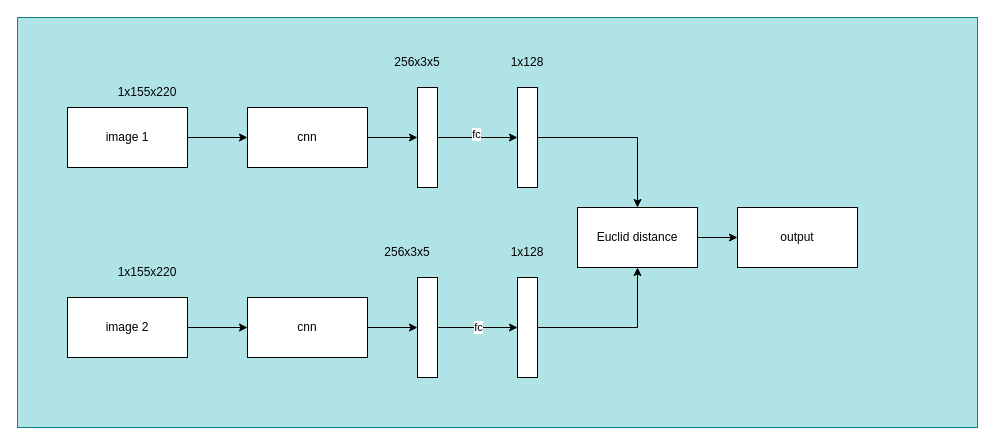
dtanlocc/offine-signature-verification-with-gan keeps this draw.io diagram as page "discriminator" (2 of 3) of images/graph.drawio. Above is the earlier version. Source tidied: cells renumbered, new cells numbered last; positions are measured from the earlier drawing's top-left corner, leaving out a move shared by most shapes. Both pictures are drawn from the tidied source at 100%, with x=0, y=0 at pixel (17, 17).
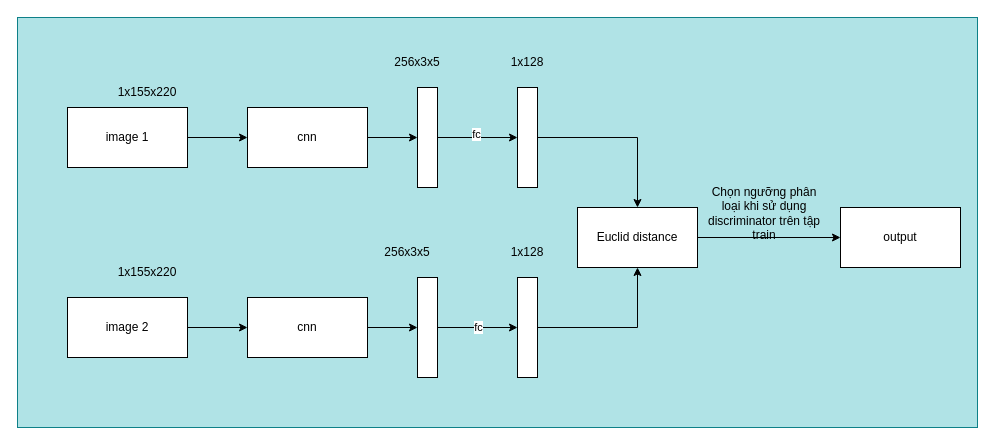
The same page after the edit.

The edit, as a diff of the source:
```diff
@@
     <mxCell id="23" value="output" style="rounded=0;whiteSpace=wrap;html=1;" parent="1" vertex="1">
-      <mxGeometry x="720" y="190" width="120" height="60" as="geometry" />
+      <mxGeometry x="823" y="190" width="120" height="60" as="geometry" />
     </mxCell>
@@
+    <mxCell id="30" value="Chọn ngưỡng phân loại khi sử dụng discriminator trên tập train" style="text;html=1;align=center;verticalAlign=middle;whiteSpace=wrap;rounded=0;" parent="1" vertex="1">
+      <mxGeometry x="684" y="181" width="126" height="30" as="geometry" />
+    </mxCell>
```
